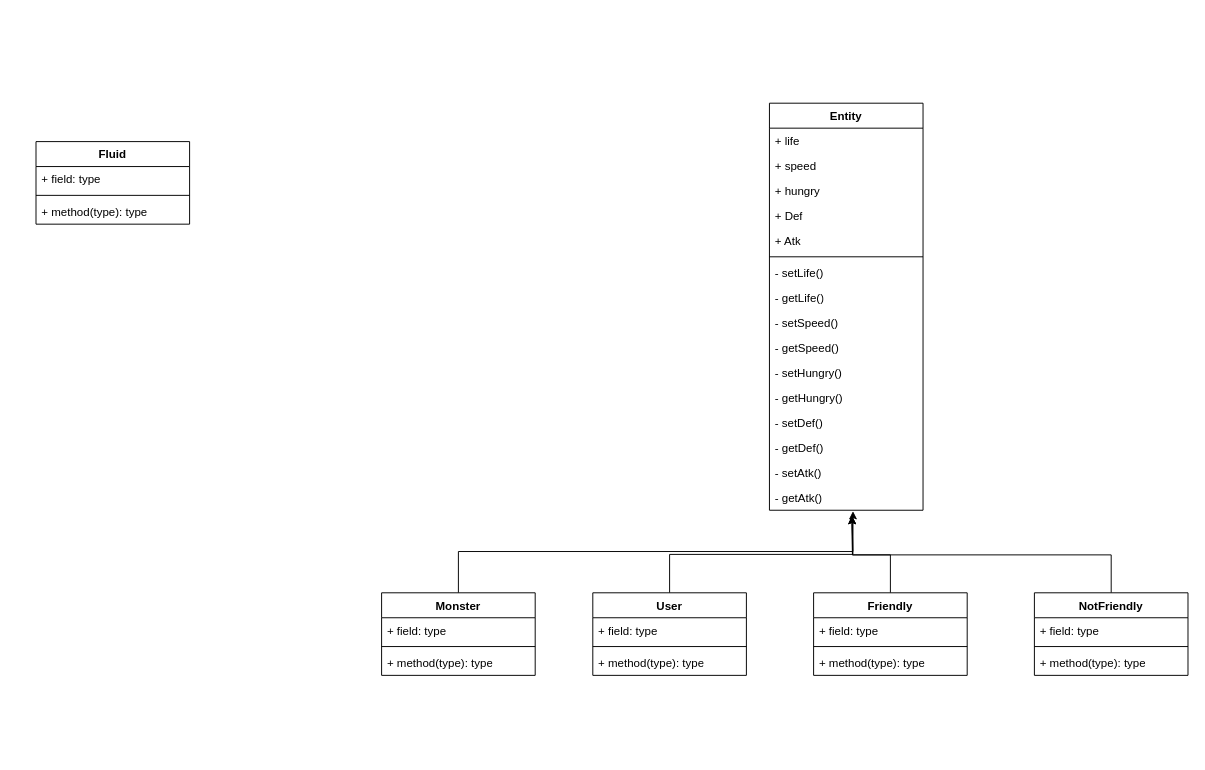
Earlier version of the draw.io diagram 과제 제출용 클래스 다이어그램.drawio (devjimy912/JavaP_study). Source tidied: cells renumbered, new cells numbered last; positions are measured from the earlier drawing's top-left corner, leaving out a move shared by most shapes. Both pictures are drawn from the tidied source at 96%, with x=0, y=0 at pixel (36, 103).
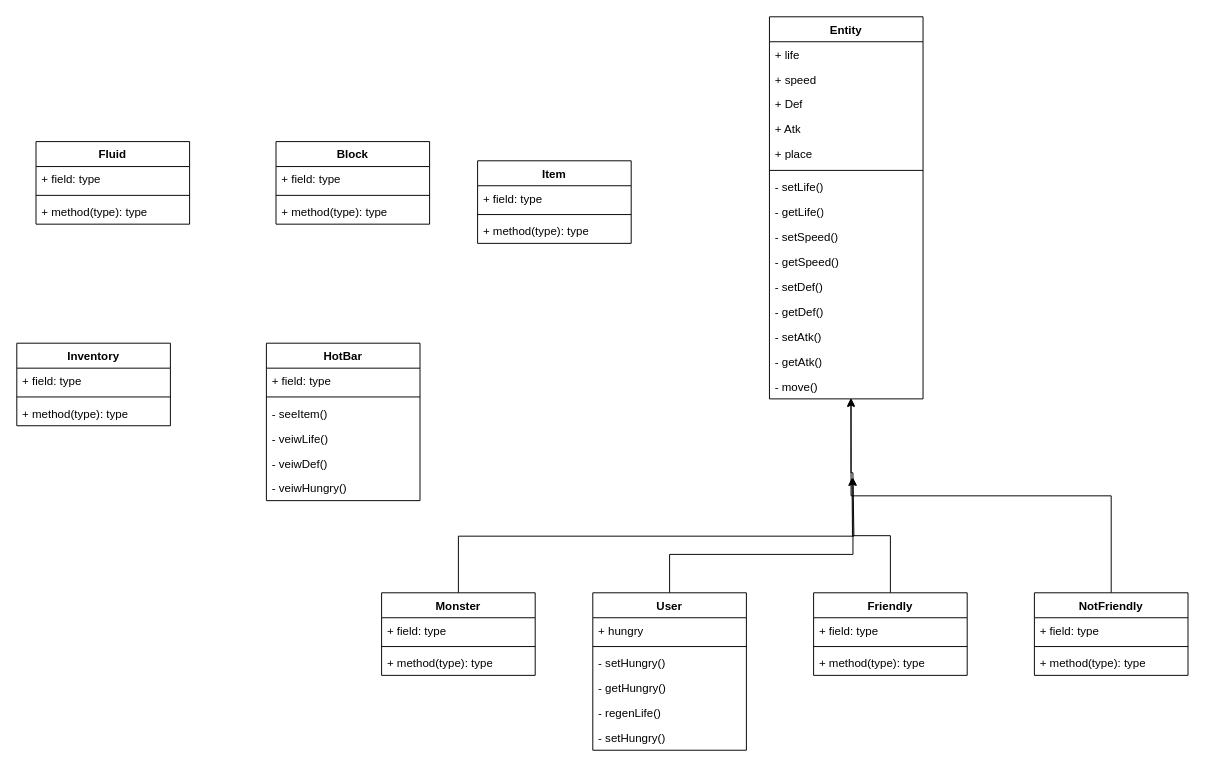
The same diagram, later.

Commit message:
과제 제출용 클래스 다이어그램.drawio 업데이트

Unchanged cells that the change refers to:
```xml
<mxCell id="25" value="Friendly" style="swimlane;fontStyle=1;align=center;verticalAlign=top;horizontal=1;startSize=26;whiteSpace=wrap;html=1;" parent="1" vertex="1">
  <mxGeometry x="810" y="510" width="160" height="86" as="geometry" />
</mxCell>
<mxCell id="30" value="NotFriendly" style="swimlane;fontStyle=1;align=center;verticalAlign=top;horizontal=1;startSize=26;whiteSpace=wrap;html=1;" parent="1" vertex="1">
  <mxGeometry x="1040" y="510" width="160" height="86" as="geometry" />
</mxCell>
<mxCell id="35" value="Monster" style="swimlane;fontStyle=1;align=center;verticalAlign=top;horizontal=1;startSize=26;whiteSpace=wrap;html=1;" parent="1" vertex="1">
  <mxGeometry x="360" y="510" width="160" height="86" as="geometry" />
</mxCell>
```

Change to the diagram source:
```diff
@@
     <mxCell id="2" value="Entity" style="swimlane;fontStyle=1;align=center;verticalAlign=top;horizontal=1;startSize=26;whiteSpace=wrap;html=1;" parent="1" vertex="1">
-      <mxGeometry x="764" width="160" height="424" as="geometry" />
+      <mxGeometry x="764" y="-90" width="160" height="398" as="geometry" />
     </mxCell>
@@
-    <mxCell id="5" value="+ hungry" style="text;strokeColor=none;fillColor=none;align=left;verticalAlign=top;spacingLeft=4;spacingRight=4;overflow=hidden;whiteSpace=wrap;html=1;" parent="2" vertex="1">
-      <mxGeometry y="78" width="160" height="26" as="geometry" />
-    </mxCell>
     <mxCell id="6" value="+ Def" style="text;strokeColor=none;fillColor=none;align=left;verticalAlign=top;spacingLeft=4;spacingRight=4;overflow=hidden;whiteSpace=wrap;html=1;" parent="2" vertex="1">
-      <mxGeometry y="104" width="160" height="26" as="geometry" />
+      <mxGeometry y="78" width="160" height="26" as="geometry" />
     </mxCell>
     <mxCell id="7" value="+ Atk" style="text;strokeColor=none;fillColor=none;align=left;verticalAlign=top;spacingLeft=4;spacingRight=4;overflow=hidden;whiteSpace=wrap;html=1;" parent="2" vertex="1">
-      <mxGeometry y="130" width="160" height="26" as="geometry" />
+      <mxGeometry y="104" width="160" height="26" as="geometry" />
     </mxCell>
+    <mxCell id="43" value="+ place" style="text;strokeColor=none;fillColor=none;align=left;verticalAlign=top;spacingLeft=4;spacingRight=4;overflow=hidden;whiteSpace=wrap;html=1;" parent="2" vertex="1">
+      <mxGeometry y="130" width="160" height="26" as="geometry" />
+    </mxCell>
@@
-    <mxCell id="13" value="- setHungry()" style="text;strokeColor=none;fillColor=none;align=left;verticalAlign=top;spacingLeft=4;spacingRight=4;overflow=hidden;whiteSpace=wrap;html=1;" parent="2" vertex="1">
-      <mxGeometry y="268" width="160" height="26" as="geometry" />
-    </mxCell>
-    <mxCell id="14" value="- getHungry()" style="text;strokeColor=none;fillColor=none;align=left;verticalAlign=top;spacingLeft=4;spacingRight=4;overflow=hidden;whiteSpace=wrap;html=1;" parent="2" vertex="1">
-      <mxGeometry y="294" width="160" height="26" as="geometry" />
-    </mxCell>
     <mxCell id="15" value="- setDef()" style="text;strokeColor=none;fillColor=none;align=left;verticalAlign=top;spacingLeft=4;spacingRight=4;overflow=hidden;whiteSpace=wrap;html=1;" parent="2" vertex="1">
-      <mxGeometry y="320" width="160" height="26" as="geometry" />
+      <mxGeometry y="268" width="160" height="26" as="geometry" />
     </mxCell>
     <mxCell id="16" value="- getDef()" style="text;strokeColor=none;fillColor=none;align=left;verticalAlign=top;spacingLeft=4;spacingRight=4;overflow=hidden;whiteSpace=wrap;html=1;" parent="2" vertex="1">
-      <mxGeometry y="346" width="160" height="26" as="geometry" />
+      <mxGeometry y="294" width="160" height="26" as="geometry" />
     </mxCell>
     <mxCell id="17" value="- setAtk()" style="text;strokeColor=none;fillColor=none;align=left;verticalAlign=top;spacingLeft=4;spacingRight=4;overflow=hidden;whiteSpace=wrap;html=1;" parent="2" vertex="1">
-      <mxGeometry y="372" width="160" height="26" as="geometry" />
+      <mxGeometry y="320" width="160" height="26" as="geometry" />
     </mxCell>
     <mxCell id="18" value="- getAtk()" style="text;strokeColor=none;fillColor=none;align=left;verticalAlign=top;spacingLeft=4;spacingRight=4;overflow=hidden;points=[[0,0.5],[1,0.5]];portConstraint=eastwest;whiteSpace=wrap;html=1;" parent="2" vertex="1">
-      <mxGeometry y="398" width="160" height="26" as="geometry" />
+      <mxGeometry y="346" width="160" height="26" as="geometry" />
     </mxCell>
+    <mxCell id="44" value="- move()" style="text;strokeColor=none;fillColor=none;align=left;verticalAlign=top;spacingLeft=4;spacingRight=4;overflow=hidden;points=[[0,0.5],[1,0.5]];portConstraint=eastwest;whiteSpace=wrap;html=1;" parent="2" vertex="1">
+      <mxGeometry y="372" width="160" height="26" as="geometry" />
+    </mxCell>
-    <mxCell id="19" style="edgeStyle=orthogonalEdgeStyle;rounded=0;jettySize=auto;html=1;exitX=0.5;exitY=0;exitDx=0;exitDy=0;" parent="1" edge="1" source="20">
+    <mxCell id="19" style="edgeStyle=orthogonalEdgeStyle;rounded=0;jettySize=auto;html=1;exitX=0.5;exitY=0;exitDx=0;exitDy=0;entryX=0.531;entryY=0.962;entryDx=0;entryDy=0;entryPerimeter=0;" parent="1" edge="1" source="20" target="44">
       <mxGeometry relative="1" as="geometry">
-        <mxPoint x="850" y="430" as="targetPoint" />
         <Array as="points">
           <mxPoint x="660" y="470" />
           <mxPoint x="851" y="470" />
+          <mxPoint x="851" y="385" />
         </Array>
       </mxGeometry>
     </mxCell>
     <mxCell id="20" value="User" style="swimlane;fontStyle=1;align=center;verticalAlign=top;horizontal=1;startSize=26;whiteSpace=wrap;html=1;" parent="1" vertex="1">
-      <mxGeometry x="580" y="510" width="160" height="86" as="geometry" />
+      <mxGeometry x="580" y="510" width="160" height="164" as="geometry" />
     </mxCell>
-    <mxCell id="21" value="+ field: type" style="text;strokeColor=none;fillColor=none;align=left;verticalAlign=top;spacingLeft=4;spacingRight=4;overflow=hidden;whiteSpace=wrap;html=1;" parent="20" vertex="1">
+    <mxCell id="21" value="+ hungry" style="text;strokeColor=none;fillColor=none;align=left;verticalAlign=top;spacingLeft=4;spacingRight=4;overflow=hidden;whiteSpace=wrap;html=1;" parent="20" vertex="1">
       <mxGeometry y="26" width="160" height="26" as="geometry" />
     </mxCell>
@@
-    <mxCell id="23" value="+ method(type): type" style="text;strokeColor=none;fillColor=none;align=left;verticalAlign=top;spacingLeft=4;spacingRight=4;overflow=hidden;whiteSpace=wrap;html=1;" parent="20" vertex="1">
+    <mxCell id="23" value="- setHungry()" style="text;strokeColor=none;fillColor=none;align=left;verticalAlign=top;spacingLeft=4;spacingRight=4;overflow=hidden;whiteSpace=wrap;html=1;" parent="20" vertex="1">
       <mxGeometry y="60" width="160" height="26" as="geometry" />
     </mxCell>
+    <mxCell id="14" value="- getHungry()" style="text;strokeColor=none;fillColor=none;align=left;verticalAlign=top;spacingLeft=4;spacingRight=4;overflow=hidden;whiteSpace=wrap;html=1;" parent="20" vertex="1">
+      <mxGeometry y="86" width="160" height="26" as="geometry" />
+    </mxCell>
+    <mxCell id="45" value="- regenLife()" style="text;strokeColor=none;fillColor=none;align=left;verticalAlign=top;spacingLeft=4;spacingRight=4;overflow=hidden;whiteSpace=wrap;html=1;" parent="20" vertex="1">
+      <mxGeometry y="112" width="160" height="26" as="geometry" />
+    </mxCell>
+    <mxCell id="13" value="- setHungry()" style="text;strokeColor=none;fillColor=none;align=left;verticalAlign=top;spacingLeft=4;spacingRight=4;overflow=hidden;whiteSpace=wrap;html=1;" parent="20" vertex="1">
+      <mxGeometry y="138" width="160" height="26" as="geometry" />
+    </mxCell>
     <mxCell id="24" style="edgeStyle=orthogonalEdgeStyle;rounded=0;jettySize=auto;html=1;exitX=0.5;exitY=0;exitDx=0;exitDy=0;" parent="1" edge="1" source="25">
       <mxGeometry relative="1" as="geometry">
-        <mxPoint x="850" y="430" as="targetPoint" />
+        <mxPoint x="850" y="390" as="targetPoint" />
       </mxGeometry>
     </mxCell>
@@
-    <mxCell id="29" style="edgeStyle=orthogonalEdgeStyle;rounded=0;jettySize=auto;html=1;exitX=0.5;exitY=0;exitDx=0;exitDy=0;" parent="1" edge="1" source="30">
-      <mxGeometry relative="1" as="geometry">
-        <mxPoint x="850" y="430" as="targetPoint" />
-      </mxGeometry>
+    <mxCell id="29" style="edgeStyle=orthogonalEdgeStyle;rounded=0;jettySize=auto;html=1;exitX=0.5;exitY=0;exitDx=0;exitDy=0;entryX=0.531;entryY=1;entryDx=0;entryDy=0;entryPerimeter=0;" parent="1" edge="1" source="30" target="44">
+      <mxGeometry relative="1" as="geometry" />
     </mxCell>
@@
-    <mxCell id="34" style="edgeStyle=orthogonalEdgeStyle;rounded=0;jettySize=auto;html=1;exitX=0.5;exitY=0;exitDx=0;exitDy=0;entryX=0.544;entryY=1.038;entryDx=0;entryDy=0;entryPerimeter=0;" parent="1" edge="1" source="35" target="18">
-      <mxGeometry relative="1" as="geometry" />
+    <mxCell id="34" style="edgeStyle=orthogonalEdgeStyle;rounded=0;jettySize=auto;html=1;exitX=0.5;exitY=0;exitDx=0;exitDy=0;" parent="1" edge="1" source="35">
+      <mxGeometry relative="1" as="geometry">
+        <mxPoint x="851" y="390" as="targetPoint" />
+        <Array as="points">
+          <mxPoint x="440" y="451" />
+          <mxPoint x="852" y="451" />
+        </Array>
+      </mxGeometry>
     </mxCell>
@@
+    <mxCell id="46" value="Block" style="swimlane;fontStyle=1;align=center;verticalAlign=top;horizontal=1;startSize=26;whiteSpace=wrap;html=1;" parent="1" vertex="1">
+      <mxGeometry x="250" y="40" width="160" height="86" as="geometry" />
+    </mxCell>
+    <mxCell id="47" value="+ field: type" style="text;strokeColor=none;fillColor=none;align=left;verticalAlign=top;spacingLeft=4;spacingRight=4;overflow=hidden;whiteSpace=wrap;html=1;" parent="46" vertex="1">
+      <mxGeometry y="26" width="160" height="26" as="geometry" />
+    </mxCell>
+    <mxCell id="48" style="line;strokeWidth=1;fillColor=none;align=left;verticalAlign=middle;spacingTop=-1;spacingLeft=3;spacingRight=3;labelPosition=right;strokeColor=inherit;" parent="46" vertex="1">
+      <mxGeometry y="52" width="160" height="8" as="geometry" />
+    </mxCell>
+    <mxCell id="49" value="+ method(type): type" style="text;strokeColor=none;fillColor=none;align=left;verticalAlign=top;spacingLeft=4;spacingRight=4;overflow=hidden;whiteSpace=wrap;html=1;" parent="46" vertex="1">
+      <mxGeometry y="60" width="160" height="26" as="geometry" />
+    </mxCell>
+    <mxCell id="50" value="Item" style="swimlane;fontStyle=1;align=center;verticalAlign=top;horizontal=1;startSize=26;whiteSpace=wrap;html=1;" parent="1" vertex="1">
+      <mxGeometry x="460" y="60" width="160" height="86" as="geometry" />
+    </mxCell>
+    <mxCell id="51" value="+ field: type" style="text;strokeColor=none;fillColor=none;align=left;verticalAlign=top;spacingLeft=4;spacingRight=4;overflow=hidden;whiteSpace=wrap;html=1;" parent="50" vertex="1">
+      <mxGeometry y="26" width="160" height="26" as="geometry" />
+    </mxCell>
+    <mxCell id="52" style="line;strokeWidth=1;fillColor=none;align=left;verticalAlign=middle;spacingTop=-1;spacingLeft=3;spacingRight=3;labelPosition=right;strokeColor=inherit;" parent="50" vertex="1">
+      <mxGeometry y="52" width="160" height="8" as="geometry" />
+    </mxCell>
+    <mxCell id="53" value="+ method(type): type" style="text;strokeColor=none;fillColor=none;align=left;verticalAlign=top;spacingLeft=4;spacingRight=4;overflow=hidden;whiteSpace=wrap;html=1;" parent="50" vertex="1">
+      <mxGeometry y="60" width="160" height="26" as="geometry" />
+    </mxCell>
+    <mxCell id="54" value="Inventory" style="swimlane;fontStyle=1;align=center;verticalAlign=top;horizontal=1;startSize=26;whiteSpace=wrap;html=1;" parent="1" vertex="1">
+      <mxGeometry x="-20" y="250" width="160" height="86" as="geometry" />
+    </mxCell>
+    <mxCell id="55" value="+ field: type" style="text;strokeColor=none;fillColor=none;align=left;verticalAlign=top;spacingLeft=4;spacingRight=4;overflow=hidden;whiteSpace=wrap;html=1;" parent="54" vertex="1">
+      <mxGeometry y="26" width="160" height="26" as="geometry" />
+    </mxCell>
+    <mxCell id="56" style="line;strokeWidth=1;fillColor=none;align=left;verticalAlign=middle;spacingTop=-1;spacingLeft=3;spacingRight=3;labelPosition=right;strokeColor=inherit;" parent="54" vertex="1">
+      <mxGeometry y="52" width="160" height="8" as="geometry" />
+    </mxCell>
+    <mxCell id="57" value="+ method(type): type" style="text;strokeColor=none;fillColor=none;align=left;verticalAlign=top;spacingLeft=4;spacingRight=4;overflow=hidden;whiteSpace=wrap;html=1;" parent="54" vertex="1">
+      <mxGeometry y="60" width="160" height="26" as="geometry" />
+    </mxCell>
+    <mxCell id="58" value="HotBar" style="swimlane;fontStyle=1;align=center;verticalAlign=top;horizontal=1;startSize=26;whiteSpace=wrap;html=1;" parent="1" vertex="1">
+      <mxGeometry x="240" y="250" width="160" height="164" as="geometry" />
+    </mxCell>
+    <mxCell id="59" value="+ field: type" style="text;strokeColor=none;fillColor=none;align=left;verticalAlign=top;spacingLeft=4;spacingRight=4;overflow=hidden;whiteSpace=wrap;html=1;" parent="58" vertex="1">
+      <mxGeometry y="26" width="160" height="26" as="geometry" />
+    </mxCell>
+    <mxCell id="60" style="line;strokeWidth=1;fillColor=none;align=left;verticalAlign=middle;spacingTop=-1;spacingLeft=3;spacingRight=3;labelPosition=right;strokeColor=inherit;" parent="58" vertex="1">
+      <mxGeometry y="52" width="160" height="8" as="geometry" />
+    </mxCell>
+    <mxCell id="61" value="- seeItem()" style="text;strokeColor=none;fillColor=none;align=left;verticalAlign=top;spacingLeft=4;spacingRight=4;overflow=hidden;whiteSpace=wrap;html=1;" parent="58" vertex="1">
+      <mxGeometry y="60" width="160" height="26" as="geometry" />
+    </mxCell>
+    <mxCell id="62" value="- veiwLife()" style="text;strokeColor=none;fillColor=none;align=left;verticalAlign=top;spacingLeft=4;spacingRight=4;overflow=hidden;whiteSpace=wrap;html=1;" parent="58" vertex="1">
+      <mxGeometry y="86" width="160" height="26" as="geometry" />
+    </mxCell>
+    <mxCell id="63" value="- veiwDef()" style="text;strokeColor=none;fillColor=none;align=left;verticalAlign=top;spacingLeft=4;spacingRight=4;overflow=hidden;whiteSpace=wrap;html=1;" parent="58" vertex="1">
+      <mxGeometry y="112" width="160" height="26" as="geometry" />
+    </mxCell>
+    <mxCell id="64" value="- veiwHungry()" style="text;strokeColor=none;fillColor=none;align=left;verticalAlign=top;spacingLeft=4;spacingRight=4;overflow=hidden;whiteSpace=wrap;html=1;" parent="58" vertex="1">
+      <mxGeometry y="138" width="160" height="26" as="geometry" />
+    </mxCell>
```
